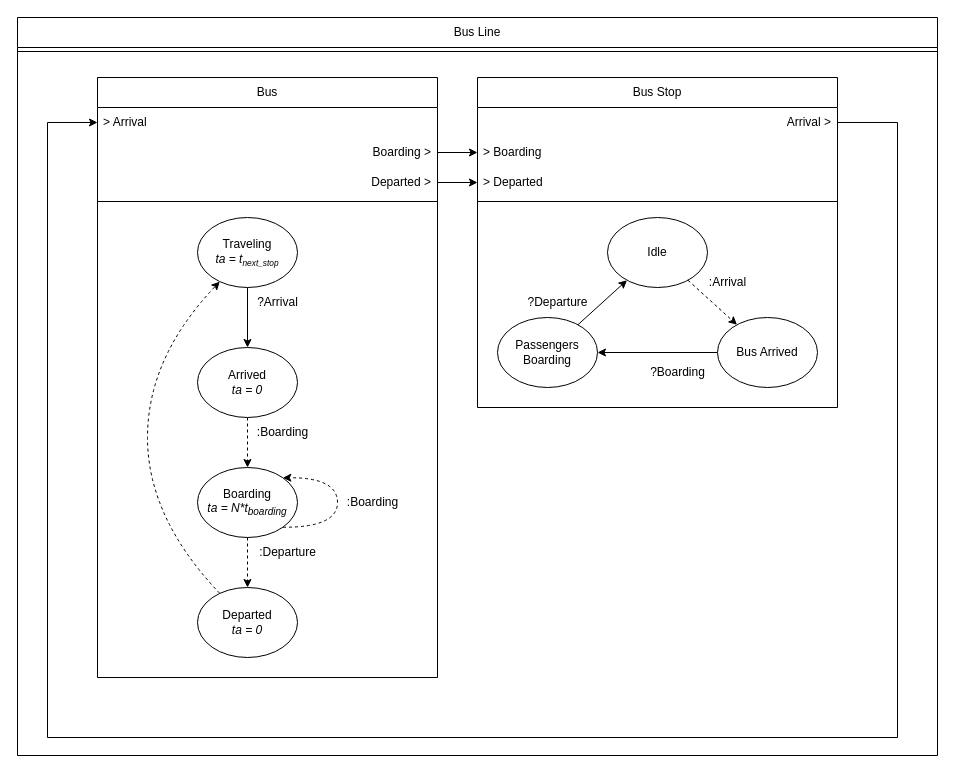
This is docs/assets/DEVS.drawio from LukasKatona/bakalarka, a draw.io file, before an edit. Source tidied: cells renumbered, new cells numbered last; positions are measured from the earlier drawing's top-left corner, leaving out a move shared by most shapes. Both pictures are drawn from the tidied source at 100%, with x=0, y=0 at pixel (17, 17).
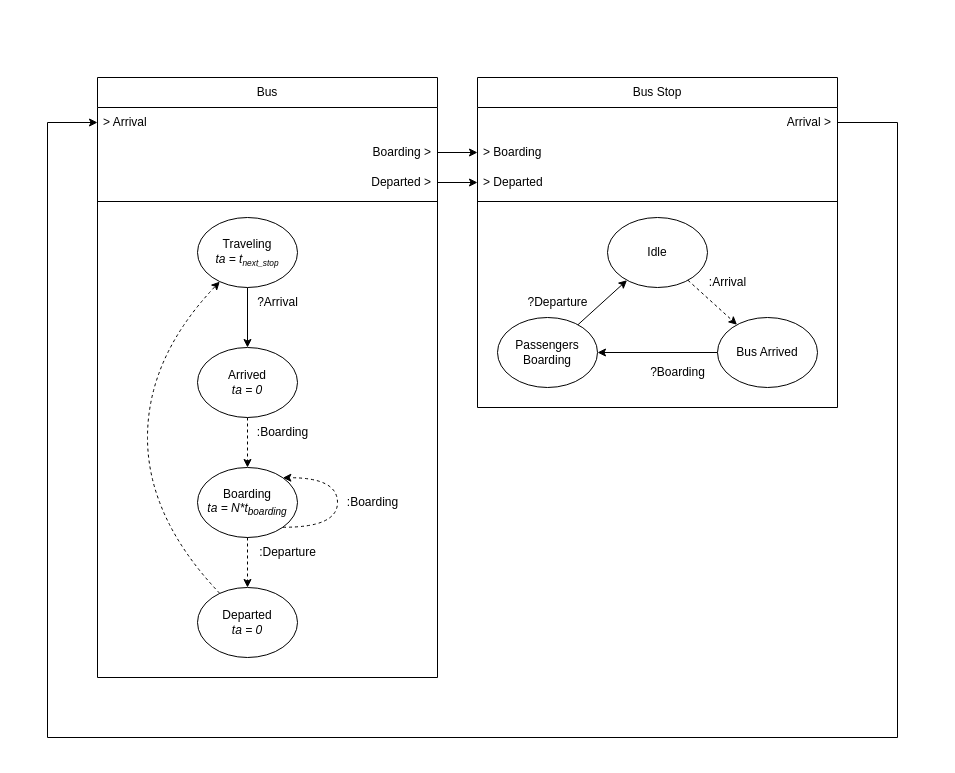
Above is the later version.

What changed in the source:
```diff
@@
-    <mxCell id="39" value="Bus Line" style="swimlane;fontStyle=0;horizontal=1;startSize=30;whiteSpace=wrap;html=1;" parent="1" vertex="1">
-      <mxGeometry width="920" height="738" as="geometry" />
-    </mxCell>
-    <mxCell id="40" style="line;strokeWidth=1;fillColor=none;align=left;verticalAlign=middle;spacingTop=-1;spacingLeft=3;spacingRight=3;labelPosition=right;strokeColor=inherit;" parent="39" vertex="1">
-      <mxGeometry y="30" width="920" height="8" as="geometry" />
-    </mxCell>
-    <mxCell id="41" style="text;strokeColor=none;fillColor=none;align=left;verticalAlign=middle;spacingTop=-1;spacingLeft=4;spacingRight=4;labelPosition=right;" parent="39" vertex="1">
-      <mxGeometry y="38" width="920" height="700" as="geometry" />
-    </mxCell>
```
